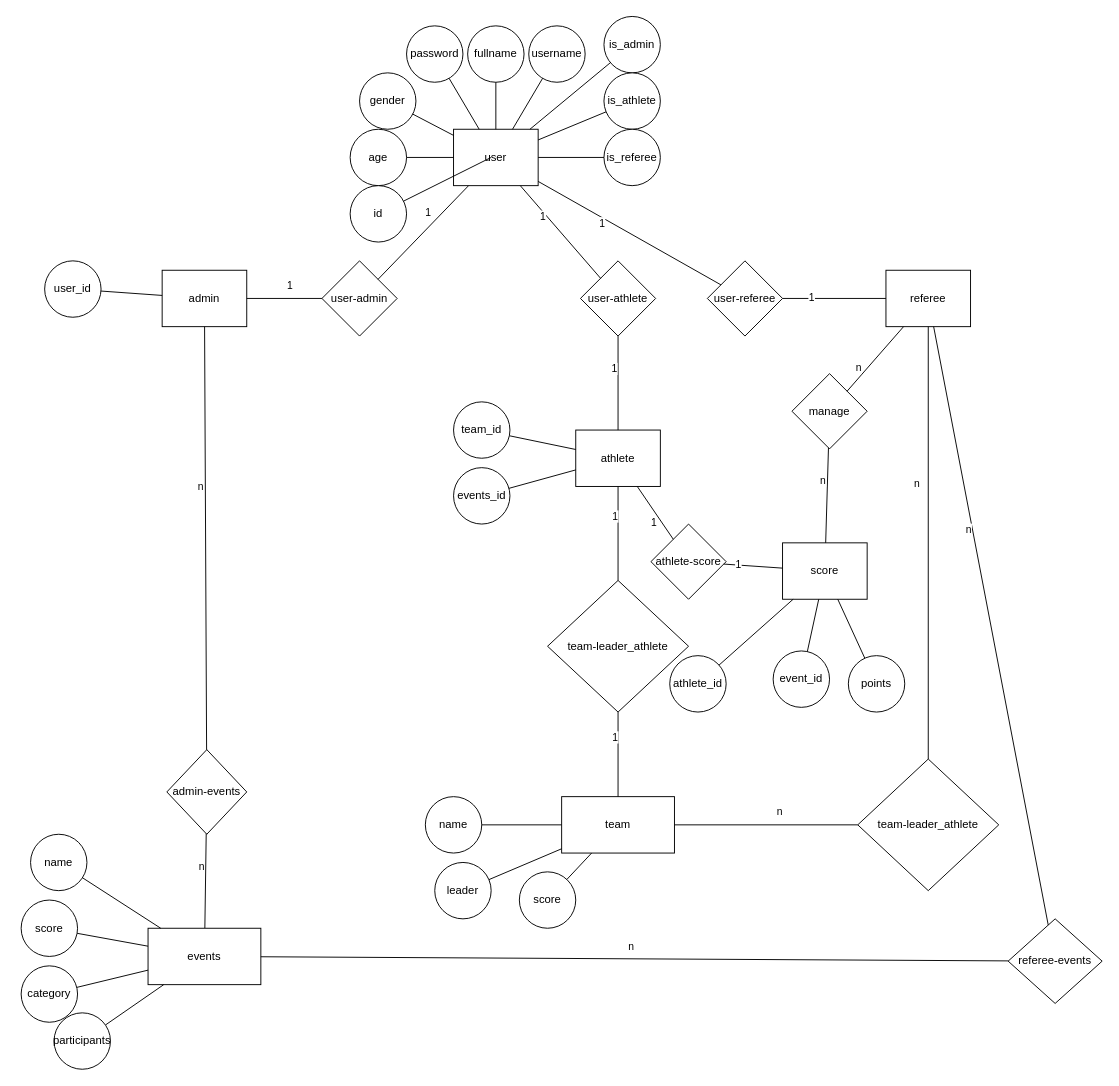
aswirl4/test keeps this draw.io diagram as Untitled Diagram.drawio. Above is the earlier version. Source tidied: cells renumbered, new cells numbered last; positions are measured from the earlier drawing's top-left corner, leaving out a move shared by most shapes. Both pictures are drawn from the tidied source at 94%, with x=0, y=0 at pixel (21, 16).
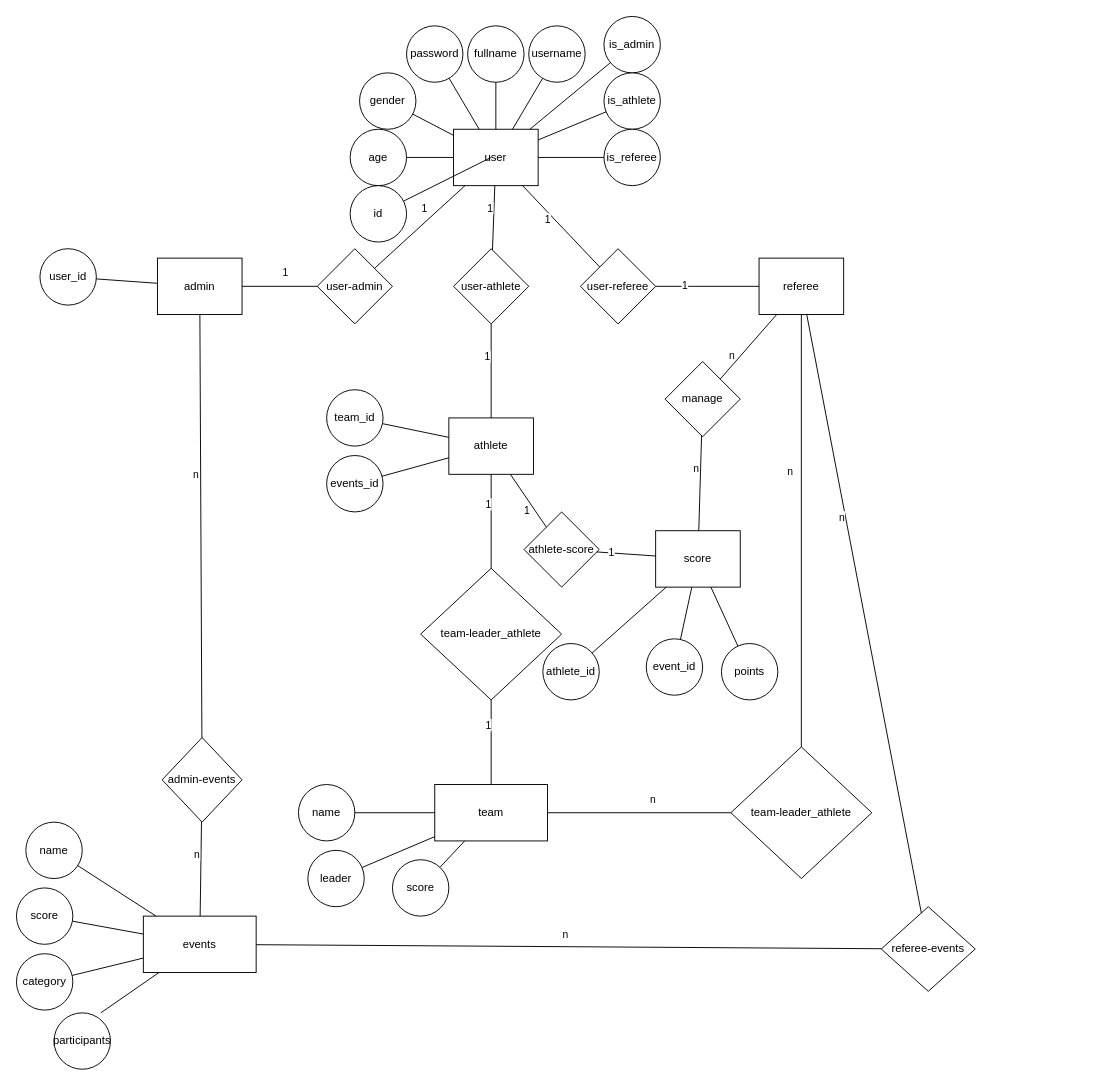
The same page after the edit.

Unchanged cells that the change refers to:
```xml
<mxCell id="69" value="participants" style="ellipse;whiteSpace=wrap;html=1;" parent="1" vertex="1">
  <mxGeometry x="35" y="1060" width="60" height="60" as="geometry" />
</mxCell>
```

Diff of the diagram source:
```diff
@@
     <mxCell id="15" value="user-admin" style="rhombus;whiteSpace=wrap;html=1;" parent="1" vertex="1">
-      <mxGeometry x="320" y="260" width="80" height="80" as="geometry" />
+      <mxGeometry x="315" y="247.1" width="80" height="80" as="geometry" />
     </mxCell>
     <mxCell id="16" value="user-athlete" style="rhombus;whiteSpace=wrap;html=1;" parent="1" vertex="1">
-      <mxGeometry x="595" y="260" width="80" height="80" as="geometry" />
+      <mxGeometry x="460" y="247.1" width="80" height="80" as="geometry" />
     </mxCell>
     <mxCell id="17" value="user-referee" style="rhombus;whiteSpace=wrap;html=1;" parent="1" vertex="1">
-      <mxGeometry x="730" y="260" width="80" height="80" as="geometry" />
+      <mxGeometry x="595" y="247.1" width="80" height="80" as="geometry" />
     </mxCell>
@@
     <mxCell id="28" value="admin" style="rounded=0;whiteSpace=wrap;html=1;" parent="1" vertex="1">
-      <mxGeometry x="150" y="270" width="90" height="60" as="geometry" />
+      <mxGeometry x="145" y="257.1" width="90" height="60" as="geometry" />
     </mxCell>
     <mxCell id="29" value="athlete" style="rounded=0;whiteSpace=wrap;html=1;" parent="1" vertex="1">
-      <mxGeometry x="590" y="440" width="90" height="60" as="geometry" />
+      <mxGeometry x="455" y="427.1" width="90" height="60" as="geometry" />
     </mxCell>
     <mxCell id="30" value="referee" style="rounded=0;whiteSpace=wrap;html=1;" parent="1" vertex="1">
-      <mxGeometry x="920" y="270" width="90" height="60" as="geometry" />
+      <mxGeometry x="785" y="257.1" width="90" height="60" as="geometry" />
     </mxCell>
@@
     <mxCell id="37" value="team" style="rounded=0;whiteSpace=wrap;html=1;" parent="1" vertex="1">
-      <mxGeometry x="575" y="830" width="120" height="60" as="geometry" />
+      <mxGeometry x="440" y="817.1" width="120" height="60" as="geometry" />
     </mxCell>
     <mxCell id="38" value="team-leader_athlete" style="rhombus;whiteSpace=wrap;html=1;" parent="1" vertex="1">
-      <mxGeometry x="560" y="600" width="150" height="140" as="geometry" />
+      <mxGeometry x="425" y="587.1" width="150" height="140" as="geometry" />
     </mxCell>
@@
     <mxCell id="43" value="team-leader_athlete" style="rhombus;whiteSpace=wrap;html=1;" parent="1" vertex="1">
-      <mxGeometry x="890" y="790" width="150" height="140" as="geometry" />
+      <mxGeometry x="755" y="777.1" width="150" height="140" as="geometry" />
     </mxCell>
@@
     <mxCell id="48" value="admin-events" style="rhombus;whiteSpace=wrap;html=1;" parent="1" vertex="1">
-      <mxGeometry x="155" y="780" width="85" height="90" as="geometry" />
+      <mxGeometry x="150" y="767.1" width="85" height="90" as="geometry" />
     </mxCell>
@@
     <mxCell id="53" value="events" style="rounded=0;whiteSpace=wrap;html=1;" parent="1" vertex="1">
-      <mxGeometry x="135" y="970" width="120" height="60" as="geometry" />
+      <mxGeometry x="130" y="957.1" width="120" height="60" as="geometry" />
     </mxCell>
     <mxCell id="54" value="referee-events" style="rhombus;whiteSpace=wrap;html=1;" parent="1" vertex="1">
-      <mxGeometry x="1050" y="960" width="100" height="90" as="geometry" />
+      <mxGeometry x="915" y="947.1" width="100" height="90" as="geometry" />
     </mxCell>
@@
     <mxCell id="58" value="score" style="rounded=0;whiteSpace=wrap;html=1;" parent="1" vertex="1">
-      <mxGeometry x="810" y="560" width="90" height="60" as="geometry" />
+      <mxGeometry x="675" y="547.1" width="90" height="60" as="geometry" />
     </mxCell>
     <mxCell id="59" value="team_id" style="ellipse;whiteSpace=wrap;html=1;" parent="1" vertex="1">
-      <mxGeometry x="460" y="410" width="60" height="60" as="geometry" />
+      <mxGeometry x="325" y="397.1" width="60" height="60" as="geometry" />
     </mxCell>
@@
     <mxCell id="61" value="events_id" style="ellipse;whiteSpace=wrap;html=1;" parent="1" vertex="1">
-      <mxGeometry x="460" y="480" width="60" height="60" as="geometry" />
+      <mxGeometry x="325" y="467.1" width="60" height="60" as="geometry" />
     </mxCell>
@@
     <mxCell id="63" value="category" style="ellipse;whiteSpace=wrap;html=1;" parent="1" vertex="1">
-      <mxGeometry y="1010" width="60" height="60" as="geometry" />
+      <mxGeometry x="-5" y="997.1" width="60" height="60" as="geometry" />
     </mxCell>
@@
     <mxCell id="65" value="score" style="ellipse;whiteSpace=wrap;html=1;" parent="1" vertex="1">
-      <mxGeometry y="940" width="60" height="60" as="geometry" />
+      <mxGeometry x="-5" y="927.1" width="60" height="60" as="geometry" />
     </mxCell>
@@
     <mxCell id="67" value="name" style="ellipse;whiteSpace=wrap;html=1;" parent="1" vertex="1">
-      <mxGeometry x="10" y="870" width="60" height="60" as="geometry" />
+      <mxGeometry x="5" y="857.1" width="60" height="60" as="geometry" />
     </mxCell>
@@
-    <mxCell id="70" style="endArrow=none;html=1;rounded=0;" parent="1" edge="1" source="53" target="69">
-      <mxGeometry relative="1" as="geometry" />
+    <mxCell id="70" style="endArrow=none;html=1;rounded=0;" parent="1" edge="1" source="53">
+      <mxGeometry relative="1" as="geometry">
+        <mxPoint x="84.7" y="1060" as="targetPoint" />
+      </mxGeometry>
     </mxCell>
     <mxCell id="71" value="name" style="ellipse;whiteSpace=wrap;html=1;" parent="1" vertex="1">
-      <mxGeometry x="430" y="830" width="60" height="60" as="geometry" />
+      <mxGeometry x="295" y="817.1" width="60" height="60" as="geometry" />
     </mxCell>
@@
     <mxCell id="73" value="leader" style="ellipse;whiteSpace=wrap;html=1;" parent="1" vertex="1">
-      <mxGeometry x="440" y="900" width="60" height="60" as="geometry" />
+      <mxGeometry x="305" y="887.1" width="60" height="60" as="geometry" />
     </mxCell>
@@
     <mxCell id="75" value="score" style="ellipse;whiteSpace=wrap;html=1;" parent="1" vertex="1">
-      <mxGeometry x="530" y="910" width="60" height="60" as="geometry" />
+      <mxGeometry x="395" y="897.1" width="60" height="60" as="geometry" />
     </mxCell>
@@
     <mxCell id="77" value="user_id" style="ellipse;whiteSpace=wrap;html=1;" parent="1" vertex="1">
-      <mxGeometry x="25" y="260" width="60" height="60" as="geometry" />
+      <mxGeometry x="20" y="247.1" width="60" height="60" as="geometry" />
     </mxCell>
@@
     <mxCell id="81" value="manage" style="rhombus;whiteSpace=wrap;html=1;" parent="1" vertex="1">
-      <mxGeometry x="820" y="380" width="80" height="80" as="geometry" />
+      <mxGeometry x="685" y="367.1" width="80" height="80" as="geometry" />
     </mxCell>
@@
     <mxCell id="86" value="athlete-score" style="rhombus;whiteSpace=wrap;html=1;" parent="1" vertex="1">
-      <mxGeometry x="670" y="540" width="80" height="80" as="geometry" />
+      <mxGeometry x="535" y="527.1" width="80" height="80" as="geometry" />
     </mxCell>
@@
     <mxCell id="91" value="athlete_id" style="ellipse;whiteSpace=wrap;html=1;" parent="1" vertex="1">
-      <mxGeometry x="690" y="680" width="60" height="60" as="geometry" />
+      <mxGeometry x="555" y="667.1" width="60" height="60" as="geometry" />
     </mxCell>
@@
     <mxCell id="93" value="event_id" style="ellipse;whiteSpace=wrap;html=1;" parent="1" vertex="1">
-      <mxGeometry x="800" y="675" width="60" height="60" as="geometry" />
+      <mxGeometry x="665" y="662.1" width="60" height="60" as="geometry" />
     </mxCell>
@@
     <mxCell id="95" value="points" style="ellipse;whiteSpace=wrap;html=1;" parent="1" vertex="1">
-      <mxGeometry x="880" y="680" width="60" height="60" as="geometry" />
+      <mxGeometry x="745" y="667.1" width="60" height="60" as="geometry" />
     </mxCell>
```
